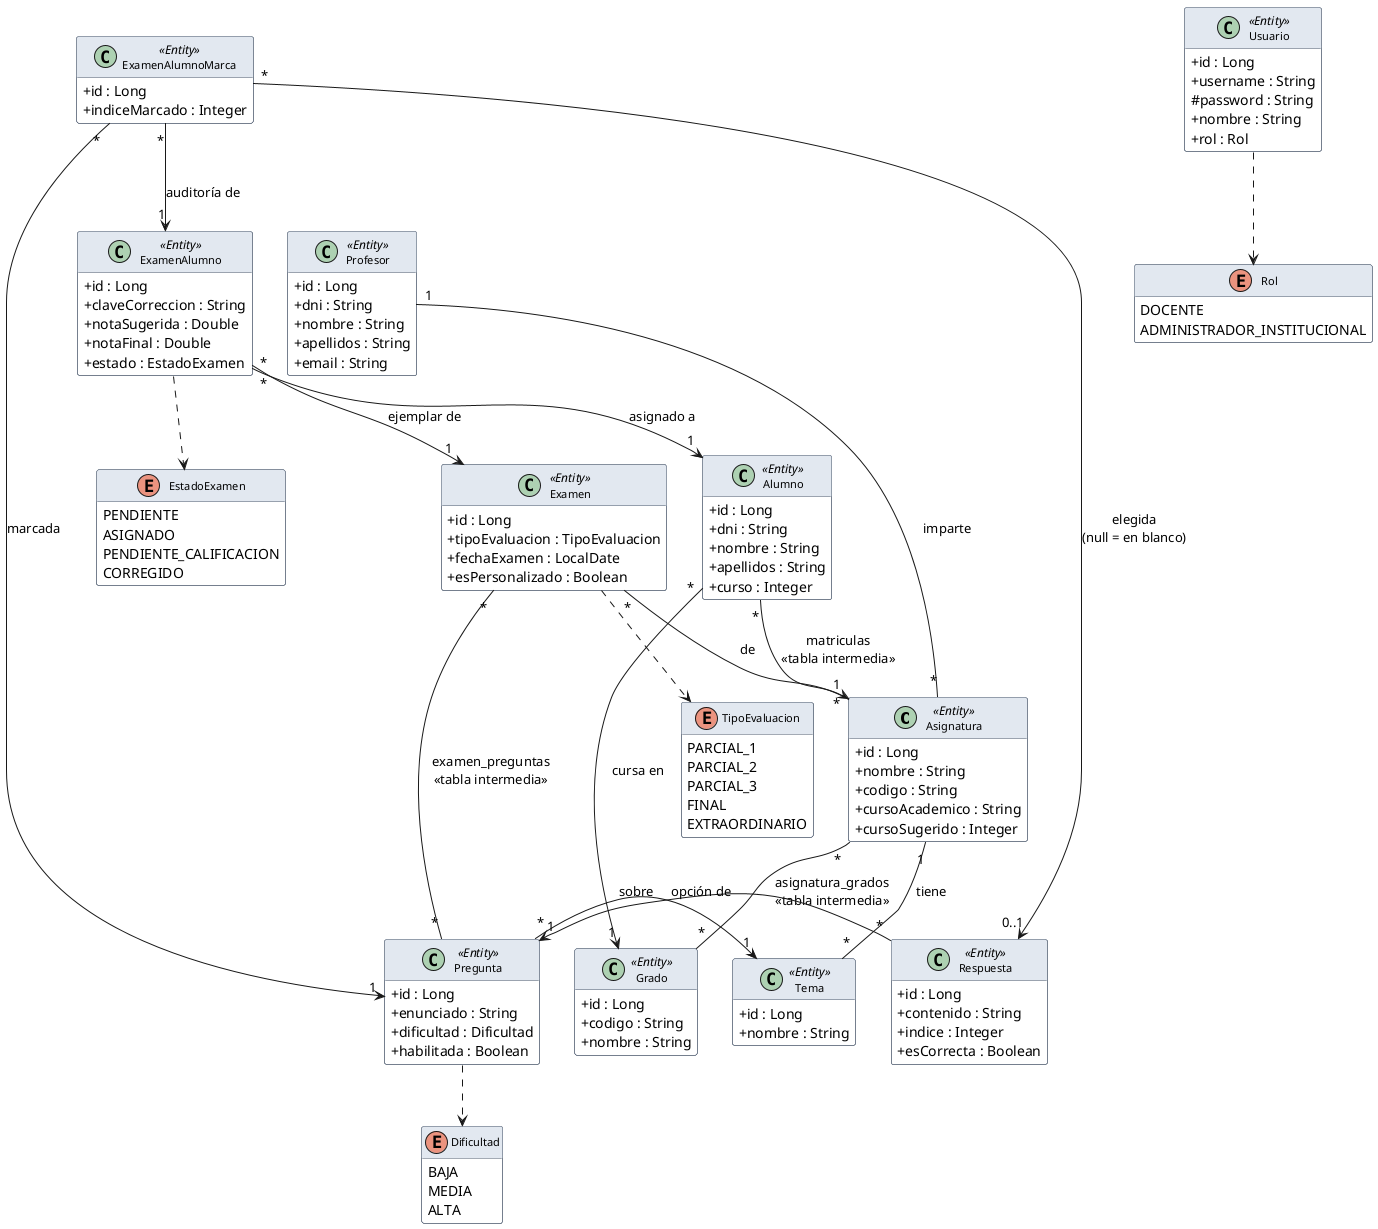
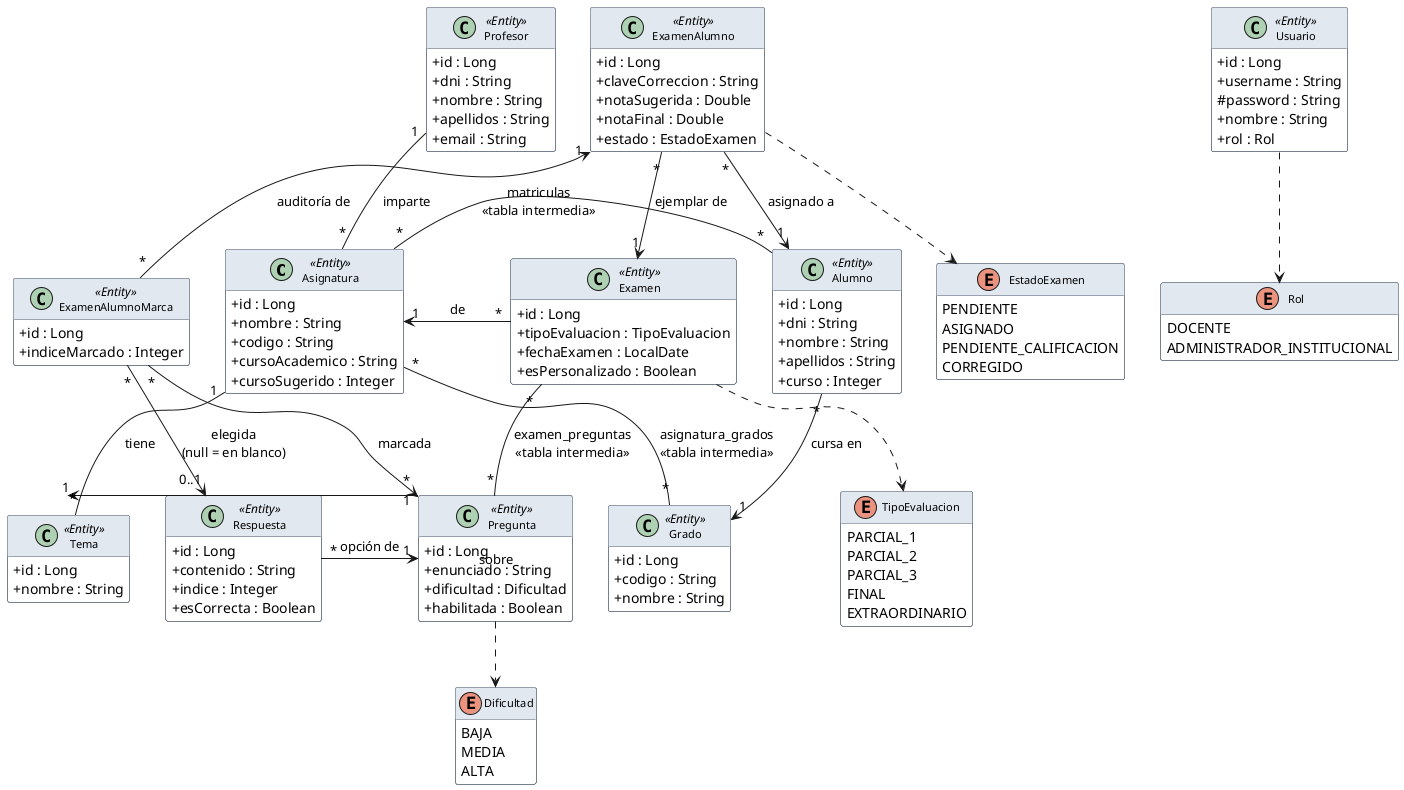
@startuml
skinparam classAttributeIconSize 0
skinparam class {
  BackgroundColor white
  BorderColor #475569
  HeaderBackgroundColor #e2e8f0
  FontName Arial
  FontSize 11
}
skinparam enum {
  BackgroundColor #fef9c3
  BorderColor #ca8a04
  FontName Arial
  FontSize 10
}
hide empty members

- ' ── 1. Entidad central ───────────────────────────
+ ' ══ ENTIDADES (declaradas en orden de importancia) ══
+ 
class Asignatura <<Entity>> {
  + id : Long
  + nombre : String
  + codigo : String
  + cursoAcademico : String
  + cursoSugerido : Integer
}

- ' ── 2. Examen y Alumno ───────────────────────────
together {
-   enum TipoEvaluacion {
-     PARCIAL_1
-     PARCIAL_2
-     PARCIAL_3
-     FINAL
-     EXTRAORDINARIO
-   }
  class Examen <<Entity>> {
    + id : Long
    + tipoEvaluacion : TipoEvaluacion
    + fechaExamen : LocalDate
    + esPersonalizado : Boolean
  }
  class Alumno <<Entity>> {
    + id : Long
    + dni : String
    + nombre : String
    + apellidos : String
    + curso : Integer
  }
}

- ' ── 3. Profesor y ExamenAlumno ───────────────────
together {
  class Profesor <<Entity>> {
    + id : Long
    + dni : String
    + nombre : String
    + apellidos : String
    + email : String
-   }
-   enum EstadoExamen {
-     PENDIENTE
-     ASIGNADO
-     PENDIENTE_CALIFICACION
-     CORREGIDO
  }
  class ExamenAlumno <<Entity>> {
    + id : Long
    + claveCorreccion : String
    + notaSugerida : Double
    + notaFinal : Double
    + estado : EstadoExamen
  }
}

- ' ── 4. Pregunta y Grado ──────────────────────────
together {
-   enum Dificultad {
-     BAJA
-     MEDIA
-     ALTA
-   }
  class Pregunta <<Entity>> {
    + id : Long
    + enunciado : String
    + dificultad : Dificultad
    + habilitada : Boolean
  }
  class Grado <<Entity>> {
    + id : Long
    + codigo : String
    + nombre : String
  }
}

- ' ── 5. Tema y Respuesta ──────────────────────────
together {
  class Tema <<Entity>> {
    + id : Long
    + nombre : String
  }
  class Respuesta <<Entity>> {
    + id : Long
    + contenido : String
    + indice : Integer
    + esCorrecta : Boolean
  }
}

- ' ── 6. Auditoría ─────────────────────────────────
class ExamenAlumnoMarca <<Entity>> {
  + id : Long
  + indiceMarcado : Integer
}

- ' ── Auth (independiente) ─────────────────────────
together {
  class Usuario <<Entity>> {
    + id : Long
    + username : String
    # password : String
    + nombre : String
    + rol : Rol
  }
  enum Rol {
    DOCENTE
    ADMINISTRADOR_INSTITUCIONAL
  }
}

- ' ══════════════════════════════════════════════
- ' RELACIONES
- ' ══════════════════════════════════════════════
+ enum TipoEvaluacion {
+   PARCIAL_1
+   PARCIAL_2
+   PARCIAL_3
+   FINAL
+   EXTRAORDINARIO
+ }
+ 
+ enum EstadoExamen {
+   PENDIENTE
+   ASIGNADO
+   PENDIENTE_CALIFICACION
+   CORREGIDO
+ }
+ 
+ enum Dificultad {
+   BAJA
+   MEDIA
+   ALTA
+ }
+ 
+ ' ══ FLECHAS OCULTAS — fuerzan el orden vertical ══
+ Asignatura    -[hidden]->  Examen
+ Examen        -[hidden]->  Profesor
+ Profesor      -[hidden]->  Pregunta
+ Pregunta      -[hidden]->  Tema
+ Tema          -[hidden]->  ExamenAlumnoMarca
+ 
+ ' ══ RELACIONES ══

' Auth
Usuario       ..>  Rol

' Asignatura como eje
- Examen        "*"  -->  "1"  Asignatura    : de
- Alumno        "*"  --  "*"  Asignatura     : matriculas\n<<tabla intermedia>>
- Profesor      "1"  --  "*"  Asignatura     : imparte
- Asignatura    "1"  --  "*"  Tema           : tiene
- Asignatura    "*"  --  "*"  Grado          : asignatura_grados\n<<tabla intermedia>>
+ Examen        "*"  -->  "1"  Asignatura     : de
+ Alumno        "*"  --   "*"  Asignatura     : matriculas\n<<tabla intermedia>>
+ Profesor      "1"  --   "*"  Asignatura     : imparte
+ Asignatura    "1"  --   "*"  Tema           : tiene
+ Asignatura    "*"  --   "*"  Grado          : asignatura_grados\n<<tabla intermedia>>

' Alumno → Grado
- Alumno        "*"  -->  "1"  Grado         : cursa en
+ Alumno        "*"  -->  "1"  Grado          : cursa en

' Contenido
Pregunta      "*"  -->  "1"  Tema           : sobre
Pregunta      ..>  Dificultad
Respuesta     "*"  -->  "1"  Pregunta       : opción de

' Examen
Examen        ..>  TipoEvaluacion
- Examen        "*"  --  "*"  Pregunta        : examen_preguntas\n<<tabla intermedia>>
+ Examen        "*"  --   "*"  Pregunta       : examen_preguntas\n<<tabla intermedia>>

' Ejemplar
ExamenAlumno  ..>  EstadoExamen
ExamenAlumno  "*"  -->  "1"  Examen         : ejemplar de
ExamenAlumno  "*"  -->  "1"  Alumno         : asignado a

' Auditoría
ExamenAlumnoMarca  "*"  -->  "1"    ExamenAlumno  : auditoría de
ExamenAlumnoMarca  "*"  -->  "1"    Pregunta      : marcada
ExamenAlumnoMarca  "*"  -->  "0..1" Respuesta     : elegida\n(null = en blanco)

@enduml
